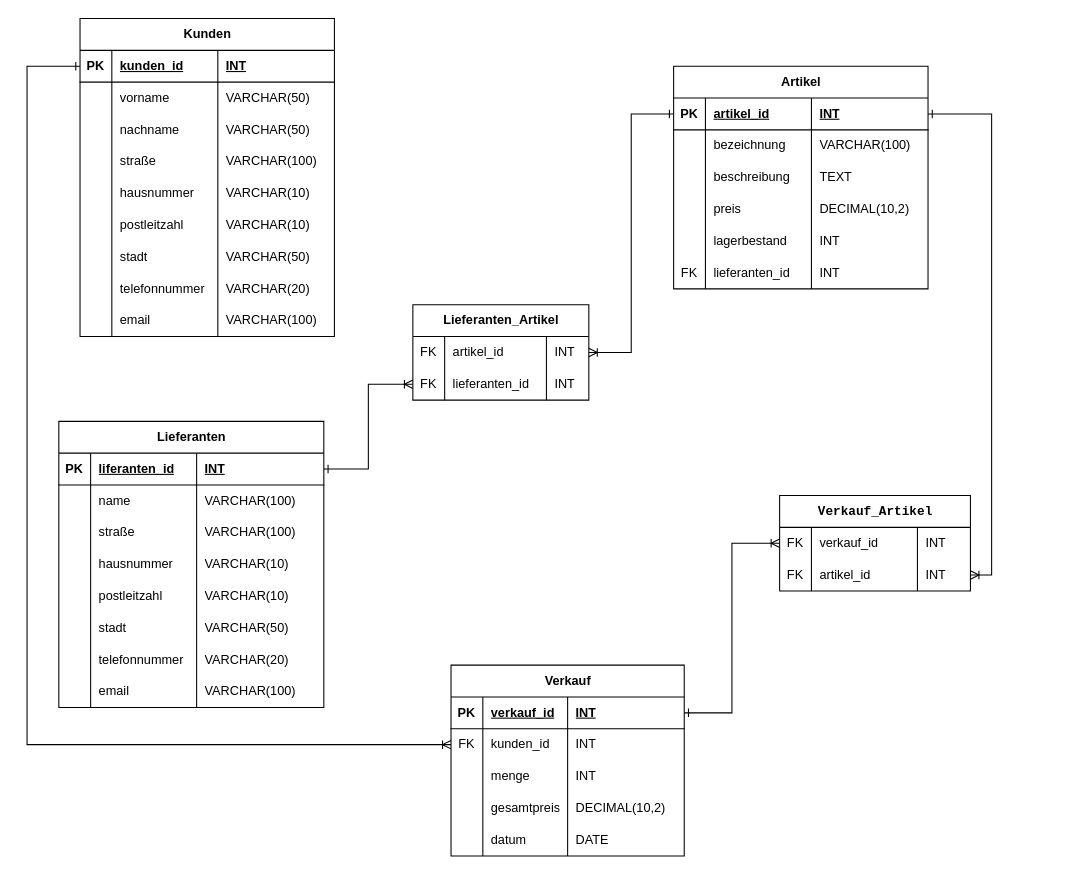
This is LE-12-01/ER Diagramm.drawio from AlieksieienkoDmytro/MySQL-Learning, a draw.io file, before an edit. Source tidied: cells renumbered, new cells numbered last; positions are measured from the earlier drawing's top-left corner, leaving out a move shared by most shapes. Both pictures are drawn from the tidied source at 106%, with x=0, y=0 at pixel (26, 18).
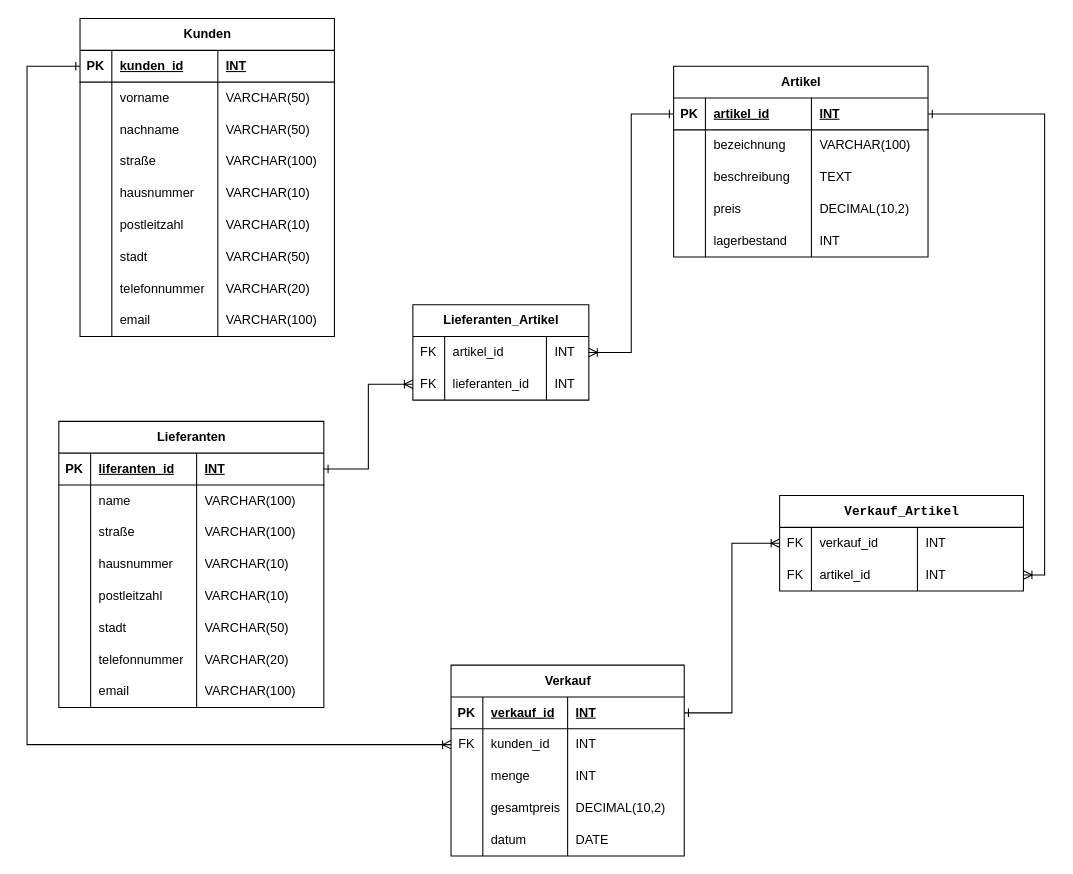
Above is the later version.

Commit message (it also covers changes not shown here):
Refactor database schema: rename tables, update procedures, and enhance sales handling

The edit, as a diff of the source:
```diff
@@
     <mxCell id="72" value="Artikel" style="shape=table;startSize=30;childLayout=tableLayout;rowLines=0;fontStyle=1;align=center;html=1;" parent="1" vertex="1">
-      <mxGeometry x="610" y="45" width="240" height="210" as="geometry" />
+      <mxGeometry x="610" y="45" width="240" height="180" as="geometry" />
     </mxCell>
@@
-    <mxCell id="93" style="shape=tableRow;horizontal=0;startSize=0;swimlaneHead=0;swimlaneBody=0;fillColor=none;top=0;left=0;right=0;bottom=0;" parent="72" vertex="1">
-      <mxGeometry y="180" width="240" height="30" as="geometry" />
-    </mxCell>
-    <mxCell id="94" value="FK" style="shape=partialRectangle;fillColor=none;top=0;left=0;bottom=0;right=0;overflow=hidden;whiteSpace=wrap;html=1;" parent="93" vertex="1">
-      <mxGeometry width="30" height="30" as="geometry" />
-    </mxCell>
-    <mxCell id="95" value="lieferanten_id" style="shape=partialRectangle;fillColor=none;top=0;left=0;bottom=0;right=0;align=left;spacingLeft=6;overflow=hidden;whiteSpace=wrap;html=1;" parent="93" vertex="1">
-      <mxGeometry x="30" width="100" height="30" as="geometry" />
-    </mxCell>
-    <mxCell id="96" value="INT" style="shape=partialRectangle;fillColor=none;top=0;left=0;bottom=0;right=0;align=left;spacingLeft=6;overflow=hidden;whiteSpace=wrap;html=1;" parent="93" vertex="1">
-      <mxGeometry x="130" width="110" height="30" as="geometry" />
-    </mxCell>
@@
     <mxCell id="118" value="&lt;code&gt;Verkauf_Artikel&lt;/code&gt;" style="shape=table;startSize=30;childLayout=tableLayout;rowLines=0;fontStyle=1;align=center;html=1;" parent="1" vertex="1">
-      <mxGeometry x="710" y="450" width="180" height="90" as="geometry" />
+      <mxGeometry x="710" y="450" width="230" height="90" as="geometry" />
     </mxCell>
     <mxCell id="119" style="shape=tableRow;horizontal=0;startSize=0;swimlaneHead=0;swimlaneBody=0;fillColor=none;points=[[0,0.5],[1,0.5]];portConstraint=eastwest;top=0;left=0;right=0;bottom=0;" parent="118" vertex="1">
-      <mxGeometry y="30" width="180" height="30" as="geometry" />
+      <mxGeometry y="30" width="230" height="30" as="geometry" />
     </mxCell>
@@
     <mxCell id="122" value="INT" style="shape=partialRectangle;fillColor=none;top=0;left=0;bottom=0;right=0;align=left;spacingLeft=6;overflow=hidden;whiteSpace=wrap;html=1;" parent="119" vertex="1">
-      <mxGeometry x="130" width="50" height="30" as="geometry" />
+      <mxGeometry x="130" width="100" height="30" as="geometry" />
     </mxCell>
     <mxCell id="123" style="shape=tableRow;horizontal=0;startSize=0;swimlaneHead=0;swimlaneBody=0;fillColor=none;points=[[0,0.5],[1,0.5]];portConstraint=eastwest;top=0;left=0;right=0;bottom=0;" parent="118" vertex="1">
-      <mxGeometry y="60" width="180" height="30" as="geometry" />
+      <mxGeometry y="60" width="230" height="30" as="geometry" />
     </mxCell>
@@
     <mxCell id="126" value="INT" style="shape=partialRectangle;fillColor=none;top=0;left=0;bottom=0;right=0;align=left;spacingLeft=6;overflow=hidden;whiteSpace=wrap;html=1;" parent="123" vertex="1">
-      <mxGeometry x="130" width="50" height="30" as="geometry" />
+      <mxGeometry x="130" width="100" height="30" as="geometry" />
     </mxCell>
```
